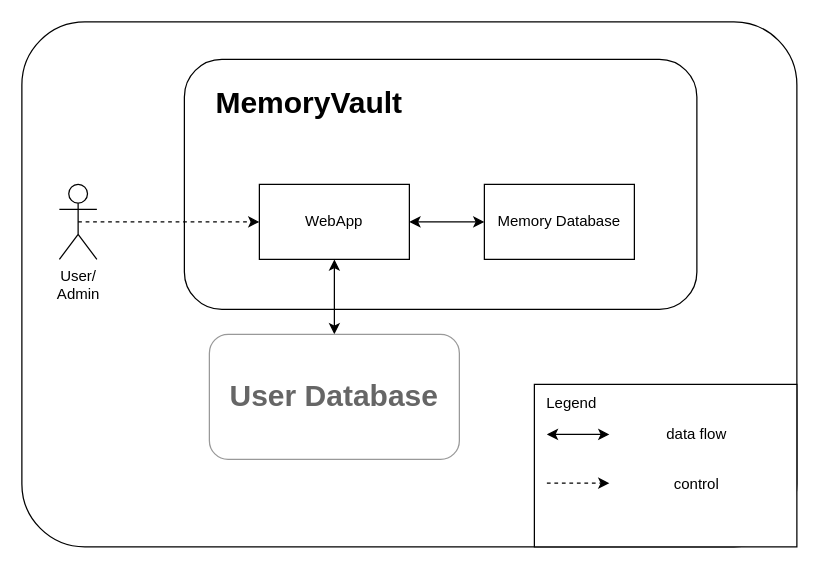
Above: documentation/level1_diagram.drawio in togertz/MemoryVault (draw.io), before the change. Source tidied: cells renumbered, new cells numbered last; positions are measured from the earlier drawing's top-left corner, leaving out a move shared by most shapes. Both pictures are drawn from the tidied source at 125%, with x=0, y=0 at pixel (21, 21).
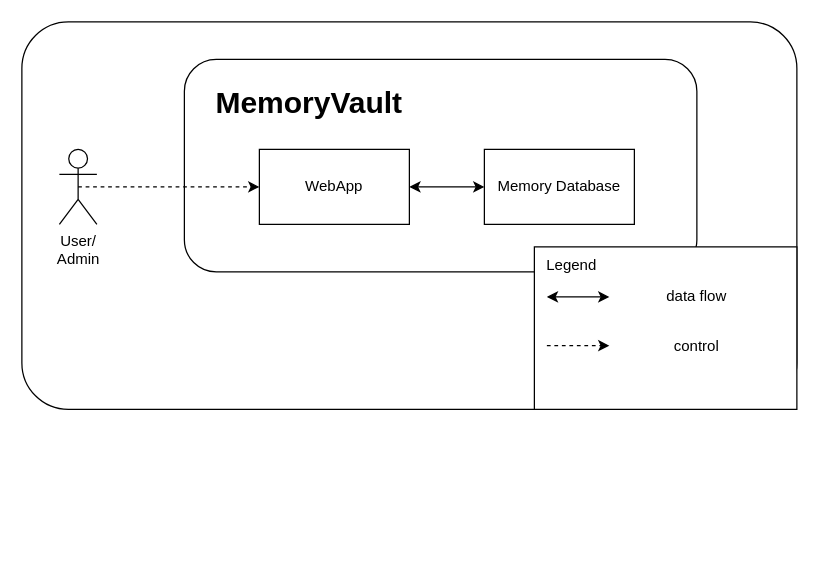
The same diagram, later.

The edit, as a diff of the source:
```diff
@@
     <mxCell id="2" style="rounded=1;whiteSpace=wrap;html=1;arcSize=12;" parent="1" vertex="1">
-      <mxGeometry width="620" height="420" as="geometry" />
+      <mxGeometry width="620" height="310" as="geometry" />
     </mxCell>
     <mxCell id="3" style="rounded=1;whiteSpace=wrap;html=1;" parent="1" vertex="1">
-      <mxGeometry x="130" y="30" width="410" height="200" as="geometry" />
+      <mxGeometry x="130" y="30" width="410" height="170" as="geometry" />
     </mxCell>
@@
     <mxCell id="5" value="User/&lt;div&gt;A&lt;span style=&quot;background-color: transparent;&quot;&gt;dmin&lt;/span&gt;&lt;/div&gt;" style="shape=umlActor;verticalLabelPosition=bottom;verticalAlign=top;html=1;outlineConnect=0;" parent="1" vertex="1">
-      <mxGeometry x="30" y="130" width="30" height="60" as="geometry" />
+      <mxGeometry x="30" y="102" width="30" height="60" as="geometry" />
     </mxCell>
@@
     <mxCell id="8" value="WebApp" style="rounded=0;whiteSpace=wrap;html=1;" parent="1" vertex="1">
-      <mxGeometry x="190" y="130" width="120" height="60" as="geometry" />
+      <mxGeometry x="190" y="102" width="120" height="60" as="geometry" />
     </mxCell>
     <mxCell id="9" value="Memory Database" style="rounded=0;whiteSpace=wrap;html=1;" parent="1" vertex="1">
-      <mxGeometry x="370" y="130" width="120" height="60" as="geometry" />
+      <mxGeometry x="370" y="102" width="120" height="60" as="geometry" />
     </mxCell>
-    <mxCell id="10" style="edgeStyle=none;html=1;exitX=0.5;exitY=1;exitDx=0;exitDy=0;entryX=0.5;entryY=0;entryDx=0;entryDy=0;startArrow=classic;startFill=1;" parent="1" edge="1" source="8" target="11">
-      <mxGeometry relative="1" as="geometry" />
-    </mxCell>
-    <mxCell id="11" value="&lt;h1&gt;&lt;font style=&quot;color: rgb(102, 102, 102);&quot;&gt;User Database&lt;/font&gt;&lt;/h1&gt;" style="rounded=1;whiteSpace=wrap;html=1;fontColor=light-dark(#908e8e, #ededed);strokeColor=#999999;" parent="1" vertex="1">
-      <mxGeometry x="150" y="250" width="200" height="100" as="geometry" />
-    </mxCell>
     <mxCell id="12" style="group;" parent="1" vertex="1">
-      <mxGeometry x="410" y="290" width="210" height="130" as="geometry" />
+      <mxGeometry x="410" y="180" width="210" height="130" as="geometry" />
     </mxCell>
```
